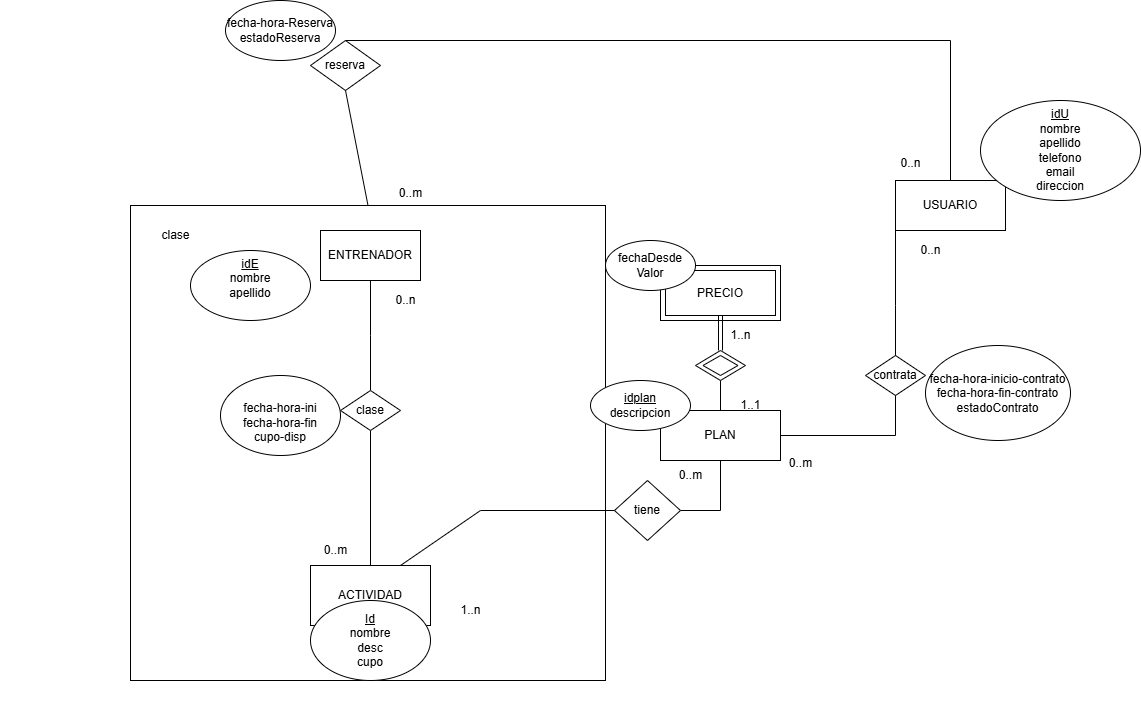
Above: images/DER.png in luciabolcatto/GYM-DSW (draw.io), before the change. Source tidied: cells renumbered, new cells last; positions are measured from the earlier drawing's top-left corner, leaving out a move shared by most shapes.
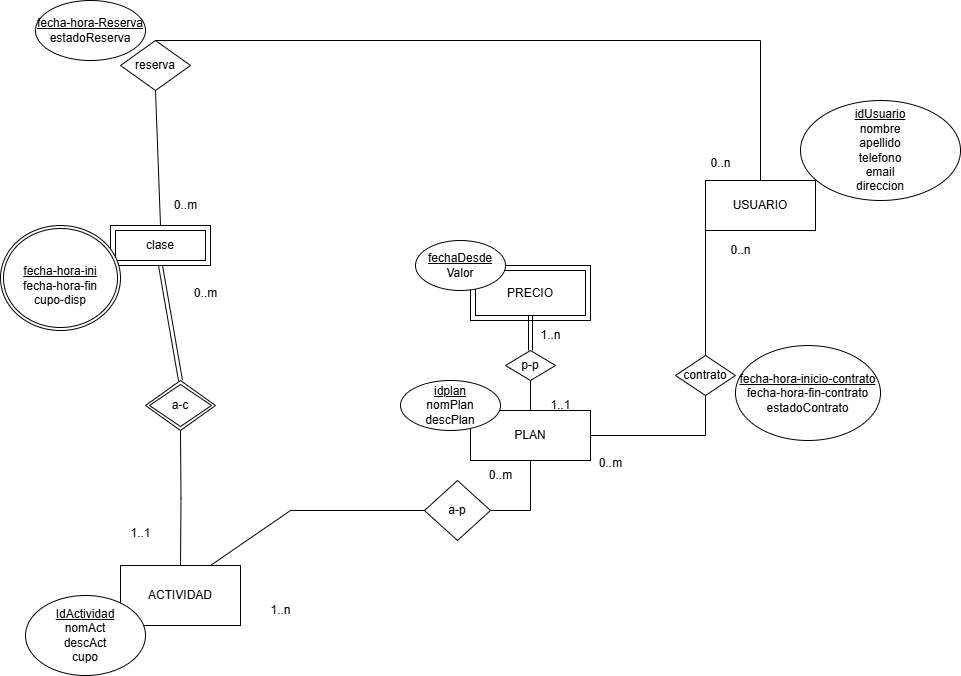
Above is the later version.

Commit message:
actualize el DER

The edit, as a diff of the source:
```diff
@@ -4,14 +4,10 @@
     <mxCell id="1" parent="0" />
-    <mxCell id="2" style="whiteSpace=wrap;html=1;" parent="1" vertex="1">
-      <mxGeometry x="130" y="205" width="475" height="475" as="geometry" />
-    </mxCell>
-    <mxCell id="3" style="rounded=0;whiteSpace=wrap;html=1;" parent="1" vertex="1">
-      <mxGeometry x="660" y="265" width="120" height="55" as="geometry" />
-    </mxCell>
-    <mxCell id="4" value="&lt;br&gt;&lt;div&gt;fecha-hora-ini&lt;/div&gt;&lt;div&gt;fecha-hora-fin&lt;/div&gt;&lt;div&gt;cupo-disp&lt;/div&gt;" style="ellipse;whiteSpace=wrap;html=1;fontFamily=Helvetica;fontSize=12;fontColor=default;labelBackgroundColor=default;" parent="1" vertex="1">
-      <mxGeometry x="220" y="375" width="120" height="80" as="geometry" />
-    </mxCell>
-    <mxCell id="5" style="edgeStyle=orthogonalEdgeStyle;shape=connector;rounded=0;jettySize=auto;html=1;exitX=0.5;exitY=1;exitDx=0;exitDy=0;entryX=0.5;entryY=0;entryDx=0;entryDy=0;strokeColor=default;align=center;verticalAlign=middle;fontFamily=Helvetica;fontSize=12;fontColor=default;labelBackgroundColor=default;startFill=0;startSize=8;endArrow=none;endSize=8;" parent="1" edge="1" source="11" target="21">
-      <mxGeometry relative="1" as="geometry" />
-    </mxCell>
+    <mxCell id="45" style="rounded=0;whiteSpace=wrap;html=1;" parent="1" vertex="1">
+      <mxGeometry x="660" y="265" width="120" height="55" as="geometry" />
+    </mxCell>
+    <mxCell id="46" style="edgeStyle=orthogonalEdgeStyle;shape=connector;rounded=0;jettySize=auto;html=1;exitX=0.5;exitY=1;exitDx=0;exitDy=0;entryX=0.5;entryY=0;entryDx=0;entryDy=0;strokeColor=default;align=center;verticalAlign=middle;fontFamily=Helvetica;fontSize=12;fontColor=default;labelBackgroundColor=default;startFill=0;startSize=8;endArrow=none;endSize=8;" parent="1" edge="1" target="21">
+      <mxGeometry relative="1" as="geometry">
+        <mxPoint x="370" y="430" as="sourcePoint" />
+      </mxGeometry>
+    </mxCell>
     <mxCell id="6" value="USUARIO" style="rounded=0;whiteSpace=wrap;html=1;fontFamily=Helvetica;fontSize=12;fontColor=default;labelBackgroundColor=default;" parent="1" vertex="1">
@@ -19,18 +15,10 @@
     </mxCell>
-    <mxCell id="7" style="edgeStyle=orthogonalEdgeStyle;shape=connector;rounded=0;jettySize=auto;html=1;exitX=0.5;exitY=1;exitDx=0;exitDy=0;entryX=0.5;entryY=0;entryDx=0;entryDy=0;strokeColor=default;align=center;verticalAlign=middle;fontFamily=Helvetica;fontSize=12;fontColor=default;labelBackgroundColor=default;startFill=0;startSize=8;endArrow=none;endSize=8;" parent="1" edge="1" source="9">
-      <mxGeometry relative="1" as="geometry">
-        <mxPoint x="370" y="390" as="targetPoint" />
-      </mxGeometry>
-    </mxCell>
-    <mxCell id="8" style="edgeStyle=orthogonalEdgeStyle;shape=connector;rounded=0;jettySize=auto;html=1;entryX=0.5;entryY=0;entryDx=0;entryDy=0;strokeColor=default;align=center;verticalAlign=middle;fontFamily=Helvetica;fontSize=12;fontColor=default;labelBackgroundColor=default;startFill=0;startSize=8;endArrow=none;endSize=8;" parent="1" edge="1" target="10">
-      <mxGeometry relative="1" as="geometry">
-        <mxPoint x="950" y="180" as="sourcePoint" />
-        <Array as="points">
-          <mxPoint x="950" y="40" />
-        </Array>
-      </mxGeometry>
-    </mxCell>
-    <mxCell id="9" value="ENTRENADOR" style="rounded=0;whiteSpace=wrap;html=1;fontFamily=Helvetica;fontSize=12;fontColor=default;labelBackgroundColor=default;" parent="1" vertex="1">
-      <mxGeometry x="320" y="230" width="100" height="50" as="geometry" />
-    </mxCell>
+    <mxCell id="47" style="edgeStyle=orthogonalEdgeStyle;shape=connector;rounded=0;jettySize=auto;html=1;entryX=0.5;entryY=0;entryDx=0;entryDy=0;strokeColor=default;align=center;verticalAlign=middle;fontFamily=Helvetica;fontSize=12;fontColor=default;labelBackgroundColor=default;startFill=0;startSize=8;endArrow=none;endSize=8;" parent="1" edge="1" target="10">
+      <mxGeometry relative="1" as="geometry">
+        <mxPoint x="950" y="180" as="sourcePoint" />
+        <Array as="points">
+          <mxPoint x="950" y="40" />
+        </Array>
+      </mxGeometry>
+    </mxCell>
     <mxCell id="10" value="reserva" style="rhombus;whiteSpace=wrap;html=1;fontFamily=Helvetica;fontSize=12;fontColor=default;labelBackgroundColor=default;" parent="1" vertex="1">
@@ -38,8 +26,5 @@
     </mxCell>
-    <mxCell id="11" value="clase" style="rhombus;whiteSpace=wrap;html=1;fontFamily=Helvetica;fontSize=12;fontColor=default;labelBackgroundColor=default;" parent="1" vertex="1">
-      <mxGeometry x="340" y="390" width="60" height="40" as="geometry" />
-    </mxCell>
-    <mxCell id="12" value="&lt;u&gt;idU&lt;/u&gt;&lt;div&gt;nombre&lt;/div&gt;&lt;div&gt;apellido&lt;/div&gt;&lt;div&gt;telefono&lt;/div&gt;&lt;div&gt;email&lt;/div&gt;&lt;div&gt;direccion&lt;/div&gt;" style="ellipse;whiteSpace=wrap;html=1;fontFamily=Helvetica;fontSize=12;fontColor=default;labelBackgroundColor=default;" parent="1" vertex="1">
-      <mxGeometry x="980" y="100" width="160" height="100" as="geometry" />
-    </mxCell>
+    <mxCell id="48" value="&lt;u&gt;idUsuario&lt;/u&gt;&lt;div&gt;nombre&lt;/div&gt;&lt;div&gt;apellido&lt;/div&gt;&lt;div&gt;telefono&lt;/div&gt;&lt;div&gt;email&lt;/div&gt;&lt;div&gt;direccion&lt;/div&gt;" style="ellipse;whiteSpace=wrap;html=1;fontFamily=Helvetica;fontSize=12;fontColor=default;labelBackgroundColor=default;" parent="1" vertex="1">
+      <mxGeometry x="990" y="100" width="160" height="100" as="geometry" />
+    </mxCell>
     <mxCell id="13" value="PLAN" style="rounded=0;whiteSpace=wrap;html=1;fontFamily=Helvetica;fontSize=12;fontColor=default;labelBackgroundColor=default;" parent="1" vertex="1">
@@ -47,5 +32,5 @@
     </mxCell>
-    <mxCell id="14" style="edgeStyle=orthogonalEdgeStyle;shape=connector;rounded=0;jettySize=auto;html=1;exitX=0.5;exitY=1;exitDx=0;exitDy=0;entryX=0.5;entryY=0;entryDx=0;entryDy=0;strokeColor=default;align=center;verticalAlign=middle;fontFamily=Helvetica;fontSize=12;fontColor=default;labelBackgroundColor=default;startFill=0;startSize=8;endArrow=none;endSize=8;" parent="1" edge="1" source="19" target="13">
-      <mxGeometry relative="1" as="geometry" />
-    </mxCell>
+    <mxCell id="49" style="edgeStyle=orthogonalEdgeStyle;shape=connector;rounded=0;jettySize=auto;html=1;exitX=0.5;exitY=1;exitDx=0;exitDy=0;entryX=0.5;entryY=0;entryDx=0;entryDy=0;strokeColor=default;align=center;verticalAlign=middle;fontFamily=Helvetica;fontSize=12;fontColor=default;labelBackgroundColor=default;startFill=0;startSize=8;endArrow=none;endSize=8;" parent="1" edge="1" source="52" target="13">
+      <mxGeometry relative="1" as="geometry" />
+    </mxCell>
     <mxCell id="15" value="PRECIO" style="rounded=0;whiteSpace=wrap;html=1;fontFamily=Helvetica;fontSize=12;fontColor=default;labelBackgroundColor=default;" parent="1" vertex="1">
@@ -53,17 +38,14 @@
     </mxCell>
-    <mxCell id="16" value="fechaDesde&lt;div&gt;Valor&lt;/div&gt;" style="ellipse;whiteSpace=wrap;html=1;fontFamily=Helvetica;fontSize=12;fontColor=default;labelBackgroundColor=default;" parent="1" vertex="1">
+    <mxCell id="16" value="&lt;u&gt;fechaDesde&lt;/u&gt;&lt;div&gt;Valor&lt;/div&gt;" style="ellipse;whiteSpace=wrap;html=1;fontFamily=Helvetica;fontSize=12;fontColor=default;labelBackgroundColor=default;" parent="1" vertex="1">
       <mxGeometry x="605" y="240" width="90" height="50" as="geometry" />
     </mxCell>
-    <mxCell id="17" value="&lt;u&gt;idplan&lt;/u&gt;&lt;div&gt;descripcion&lt;/div&gt;" style="ellipse;whiteSpace=wrap;html=1;fontFamily=Helvetica;fontSize=12;fontColor=default;labelBackgroundColor=default;" parent="1" vertex="1">
-      <mxGeometry x="590" y="380" width="100" height="50" as="geometry" />
-    </mxCell>
-    <mxCell id="18" style="edgeStyle=orthogonalEdgeStyle;shape=link;rounded=0;jettySize=auto;html=1;exitX=0.5;exitY=1;exitDx=0;exitDy=0;entryX=0.5;entryY=0;entryDx=0;entryDy=0;strokeColor=default;align=center;verticalAlign=middle;fontFamily=Helvetica;fontSize=12;fontColor=default;labelBackgroundColor=default;startFill=0;endArrow=none;" parent="1" edge="1" source="15" target="19">
-      <mxGeometry relative="1" as="geometry" />
-    </mxCell>
-    <mxCell id="19" style="rhombus;whiteSpace=wrap;html=1;fontFamily=Helvetica;fontSize=12;fontColor=default;labelBackgroundColor=default;" parent="1" vertex="1">
-      <mxGeometry x="695" y="350" width="50" height="30" as="geometry" />
-    </mxCell>
-    <mxCell id="20" style="rhombus;whiteSpace=wrap;html=1;fontFamily=Helvetica;fontSize=12;fontColor=default;labelBackgroundColor=default;" parent="1" vertex="1">
-      <mxGeometry x="702.5" y="355" width="35" height="20" as="geometry" />
-    </mxCell>
+    <mxCell id="50" value="&lt;u&gt;idplan&lt;/u&gt;&lt;div&gt;nomPlan&lt;br&gt;&lt;div&gt;&lt;div&gt;descPlan&lt;/div&gt;&lt;/div&gt;&lt;/div&gt;" style="ellipse;whiteSpace=wrap;html=1;fontFamily=Helvetica;fontSize=12;fontColor=default;labelBackgroundColor=default;" parent="1" vertex="1">
+      <mxGeometry x="590" y="380" width="100" height="50" as="geometry" />
+    </mxCell>
+    <mxCell id="51" style="edgeStyle=orthogonalEdgeStyle;shape=link;rounded=0;jettySize=auto;html=1;exitX=0.5;exitY=1;exitDx=0;exitDy=0;entryX=0.5;entryY=0;entryDx=0;entryDy=0;strokeColor=default;align=center;verticalAlign=middle;fontFamily=Helvetica;fontSize=12;fontColor=default;labelBackgroundColor=default;startFill=0;endArrow=none;" parent="1" edge="1" source="15" target="52">
+      <mxGeometry relative="1" as="geometry" />
+    </mxCell>
+    <mxCell id="52" value="p-p" style="rhombus;whiteSpace=wrap;html=1;fontFamily=Helvetica;fontSize=12;fontColor=default;labelBackgroundColor=default;" parent="1" vertex="1">
+      <mxGeometry x="695" y="350" width="50" height="30" as="geometry" />
+    </mxCell>
     <mxCell id="21" value="ACTIVIDAD" style="rounded=0;whiteSpace=wrap;html=1;" parent="1" vertex="1">
@@ -71,89 +53,92 @@
     </mxCell>
-    <mxCell id="22" value="&lt;u&gt;Id&lt;/u&gt;&lt;div&gt;nombre&lt;/div&gt;&lt;div&gt;desc&lt;/div&gt;&lt;div&gt;cupo&lt;/div&gt;" style="ellipse;whiteSpace=wrap;html=1;fontFamily=Helvetica;fontSize=12;fontColor=default;labelBackgroundColor=default;" parent="1" vertex="1">
-      <mxGeometry x="310" y="600" width="120" height="80" as="geometry" />
-    </mxCell>
-    <mxCell id="23" value="contrata" style="rhombus;whiteSpace=wrap;html=1;" parent="1" vertex="1">
-      <mxGeometry x="865" y="355" width="60" height="40" as="geometry" />
-    </mxCell>
-    <mxCell id="24" style="endArrow=none;html=1;rounded=0;exitX=0;exitY=0.5;exitDx=0;exitDy=0;entryX=0.5;entryY=0;entryDx=0;entryDy=0;" parent="1" edge="1" source="6" target="23">
-      <mxGeometry relative="1" as="geometry">
-        <Array as="points">
-          <mxPoint x="895" y="305" />
-        </Array>
-      </mxGeometry>
-    </mxCell>
-    <mxCell id="25" style="endArrow=none;html=1;rounded=0;exitX=0.5;exitY=1;exitDx=0;exitDy=0;entryX=1;entryY=0.5;entryDx=0;entryDy=0;" parent="1" edge="1" source="23" target="13">
-      <mxGeometry relative="1" as="geometry">
-        <Array as="points">
-          <mxPoint x="895" y="435" />
-        </Array>
-      </mxGeometry>
-    </mxCell>
-    <mxCell id="26" style="endArrow=none;html=1;rounded=0;exitX=0.75;exitY=0;exitDx=0;exitDy=0;entryX=0;entryY=0.5;entryDx=0;entryDy=0;" parent="1" edge="1" source="21">
-      <mxGeometry relative="1" as="geometry">
-        <mxPoint x="620" y="510" as="targetPoint" />
-        <Array as="points">
-          <mxPoint x="480" y="510" />
-        </Array>
-      </mxGeometry>
-    </mxCell>
-    <mxCell id="27" style="endArrow=none;html=1;rounded=0;exitX=1;exitY=0.5;exitDx=0;exitDy=0;entryX=0.5;entryY=1;entryDx=0;entryDy=0;" parent="1" edge="1" target="13">
-      <mxGeometry relative="1" as="geometry">
-        <mxPoint x="680" y="510" as="sourcePoint" />
-        <Array as="points">
-          <mxPoint x="720" y="510" />
-        </Array>
-      </mxGeometry>
-    </mxCell>
-    <mxCell id="28" value="clase" style="text;html=1;align=center;verticalAlign=middle;strokeColor=none;fillColor=none;" parent="1" vertex="1">
-      <mxGeometry x="150" y="220" width="50" height="30" as="geometry" />
-    </mxCell>
-    <mxCell id="29" style="endArrow=none;html=1;rounded=0;entryX=0.5;entryY=1;entryDx=0;entryDy=0;exitX=0.5;exitY=0;exitDx=0;exitDy=0;" parent="1" edge="1" source="2" target="10">
-      <mxGeometry relative="1" as="geometry" />
-    </mxCell>
-    <mxCell id="30" value="tiene" style="shape=rhombus;perimeter=rhombusPerimeter;whiteSpace=wrap;html=1;align=center;" parent="1" vertex="1">
-      <mxGeometry x="614" y="480" width="66" height="60" as="geometry" />
-    </mxCell>
+    <mxCell id="53" value="&lt;u&gt;IdActividad&lt;/u&gt;&lt;div&gt;nomAct&lt;/div&gt;&lt;div&gt;descAct&lt;/div&gt;&lt;div&gt;cupo&lt;/div&gt;" style="ellipse;whiteSpace=wrap;html=1;fontFamily=Helvetica;fontSize=12;fontColor=default;labelBackgroundColor=default;" parent="1" vertex="1">
+      <mxGeometry x="215" y="595" width="120" height="80" as="geometry" />
+    </mxCell>
+    <mxCell id="54" value="contrato" style="rhombus;whiteSpace=wrap;html=1;" parent="1" vertex="1">
+      <mxGeometry x="865" y="355" width="60" height="40" as="geometry" />
+    </mxCell>
+    <mxCell id="55" style="endArrow=none;html=1;rounded=0;exitX=0;exitY=0.5;exitDx=0;exitDy=0;entryX=0.5;entryY=0;entryDx=0;entryDy=0;" parent="1" edge="1" source="6" target="54">
+      <mxGeometry relative="1" as="geometry">
+        <Array as="points">
+          <mxPoint x="895" y="305" />
+        </Array>
+      </mxGeometry>
+    </mxCell>
+    <mxCell id="56" style="endArrow=none;html=1;rounded=0;exitX=0.5;exitY=1;exitDx=0;exitDy=0;entryX=1;entryY=0.5;entryDx=0;entryDy=0;" parent="1" edge="1" source="54" target="13">
+      <mxGeometry relative="1" as="geometry">
+        <Array as="points">
+          <mxPoint x="895" y="435" />
+        </Array>
+      </mxGeometry>
+    </mxCell>
+    <mxCell id="57" style="endArrow=none;html=1;rounded=0;exitX=0.75;exitY=0;exitDx=0;exitDy=0;entryX=0;entryY=0.5;entryDx=0;entryDy=0;" parent="1" edge="1" source="21">
+      <mxGeometry relative="1" as="geometry">
+        <mxPoint x="620" y="510" as="targetPoint" />
+        <Array as="points">
+          <mxPoint x="480" y="510" />
+        </Array>
+      </mxGeometry>
+    </mxCell>
+    <mxCell id="58" style="endArrow=none;html=1;rounded=0;exitX=1;exitY=0.5;exitDx=0;exitDy=0;entryX=0.5;entryY=1;entryDx=0;entryDy=0;" parent="1" edge="1" target="13">
+      <mxGeometry relative="1" as="geometry">
+        <mxPoint x="680" y="510" as="sourcePoint" />
+        <Array as="points">
+          <mxPoint x="720" y="510" />
+        </Array>
+      </mxGeometry>
+    </mxCell>
+    <mxCell id="59" style="endArrow=none;html=1;rounded=0;entryX=0.5;entryY=1;entryDx=0;entryDy=0;exitX=0.5;exitY=0;exitDx=0;exitDy=0;" parent="1" edge="1" source="71" target="10">
+      <mxGeometry relative="1" as="geometry" />
+    </mxCell>
+    <mxCell id="60" value="a-p" style="shape=rhombus;perimeter=rhombusPerimeter;whiteSpace=wrap;html=1;align=center;" parent="1" vertex="1">
+      <mxGeometry x="614" y="480" width="66" height="60" as="geometry" />
+    </mxCell>
-    <mxCell id="31" value="fecha-hora-Reserva&lt;div&gt;estadoReserva&lt;/div&gt;" style="ellipse;whiteSpace=wrap;html=1;align=center;" parent="1" vertex="1">
+    <mxCell id="31" value="&lt;u&gt;fecha-hora-Reserva&lt;/u&gt;&lt;div&gt;estadoReserva&lt;/div&gt;" style="ellipse;whiteSpace=wrap;html=1;align=center;" parent="1" vertex="1">
       <mxGeometry x="225" width="110" height="60" as="geometry" />
     </mxCell>
-    <mxCell id="32" value="fecha-hora-inicio-contrato&lt;div&gt;fecha-hora-fin-contrato&lt;/div&gt;&lt;div&gt;estadoContrato&lt;/div&gt;" style="ellipse;whiteSpace=wrap;html=1;align=center;" parent="1" vertex="1">
+    <mxCell id="32" value="&lt;u&gt;fecha-hora-inicio-contrato&lt;/u&gt;&lt;div&gt;fecha-hora-fin-contrato&lt;/div&gt;&lt;div&gt;estadoContrato&lt;/div&gt;" style="ellipse;whiteSpace=wrap;html=1;align=center;" parent="1" vertex="1">
       <mxGeometry x="925" y="345" width="145" height="95" as="geometry" />
     </mxCell>
-    <mxCell id="33" value="&lt;u&gt;idE&lt;/u&gt;&lt;div&gt;nombre&lt;/div&gt;&lt;div&gt;apellido&lt;/div&gt;&lt;div&gt;&lt;br&gt;&lt;/div&gt;" style="ellipse;whiteSpace=wrap;html=1;fontFamily=Helvetica;fontSize=12;fontColor=default;labelBackgroundColor=default;" parent="1" vertex="1">
-      <mxGeometry x="190" y="250" width="120" height="70" as="geometry" />
-    </mxCell>
-    <mxCell id="34" value="0..n" style="text;html=1;align=center;verticalAlign=middle;strokeColor=none;fillColor=none;" parent="1" vertex="1">
-      <mxGeometry x="910" y="235" width="40" height="30" as="geometry" />
-    </mxCell>
-    <mxCell id="35" value="0..m" style="text;html=1;align=center;verticalAlign=middle;strokeColor=none;fillColor=none;" parent="1" vertex="1">
-      <mxGeometry x="775" y="448" width="50" height="30" as="geometry" />
-    </mxCell>
-    <mxCell id="36" value="0..n" style="text;html=1;align=center;verticalAlign=middle;strokeColor=none;fillColor=none;" parent="1" vertex="1">
-      <mxGeometry x="890" y="148" width="40" height="30" as="geometry" />
-    </mxCell>
-    <mxCell id="37" value="0..m" style="text;html=1;align=center;verticalAlign=middle;strokeColor=none;fillColor=none;" parent="1" vertex="1">
-      <mxGeometry x="385" y="178" width="50" height="30" as="geometry" />
-    </mxCell>
-    <mxCell id="38" value="1..1" style="text;html=1;align=center;verticalAlign=middle;strokeColor=none;fillColor=none;" parent="1" vertex="1">
-      <mxGeometry x="730" y="390" width="40" height="30" as="geometry" />
-    </mxCell>
-    <mxCell id="39" value="1..n" style="text;html=1;align=center;verticalAlign=middle;strokeColor=none;fillColor=none;" parent="1" vertex="1">
-      <mxGeometry x="720" y="320" width="40" height="30" as="geometry" />
-    </mxCell>
-    <mxCell id="40" value="0..n" style="text;html=1;align=center;verticalAlign=middle;strokeColor=none;fillColor=none;" parent="1" vertex="1">
-      <mxGeometry x="385" y="285" width="40" height="30" as="geometry" />
-    </mxCell>
-    <mxCell id="41" value="0..m" style="text;html=1;align=center;verticalAlign=middle;strokeColor=none;fillColor=none;" parent="1" vertex="1">
-      <mxGeometry x="310" y="535" width="50" height="30" as="geometry" />
-    </mxCell>
-    <mxCell id="42" value="1..n" style="text;html=1;align=center;verticalAlign=middle;strokeColor=none;fillColor=none;" parent="1" vertex="1">
-      <mxGeometry x="450" y="595" width="40" height="30" as="geometry" />
-    </mxCell>
-    <mxCell id="43" value="0..m" style="text;html=1;align=center;verticalAlign=middle;strokeColor=none;fillColor=none;" parent="1" vertex="1">
-      <mxGeometry x="665" y="460" width="50" height="30" as="geometry" />
-    </mxCell>
-    <mxCell id="44" style="rounded=0;whiteSpace=wrap;html=1;fillColor=#FFFFFF;strokeColor=#FFFFFF;" parent="1" vertex="1">
-      <mxGeometry y="660" width="120" height="60" as="geometry" />
-    </mxCell>
+    <mxCell id="61" value="0..n" style="text;html=1;align=center;verticalAlign=middle;strokeColor=none;fillColor=none;" parent="1" vertex="1">
+      <mxGeometry x="910" y="235" width="40" height="30" as="geometry" />
+    </mxCell>
+    <mxCell id="62" value="0..m" style="text;html=1;align=center;verticalAlign=middle;strokeColor=none;fillColor=none;" parent="1" vertex="1">
+      <mxGeometry x="775" y="448" width="50" height="30" as="geometry" />
+    </mxCell>
+    <mxCell id="63" value="0..n" style="text;html=1;align=center;verticalAlign=middle;strokeColor=none;fillColor=none;" parent="1" vertex="1">
+      <mxGeometry x="890" y="148" width="40" height="30" as="geometry" />
+    </mxCell>
+    <mxCell id="64" value="1..1" style="text;html=1;align=center;verticalAlign=middle;strokeColor=none;fillColor=none;" parent="1" vertex="1">
+      <mxGeometry x="730" y="390" width="40" height="30" as="geometry" />
+    </mxCell>
+    <mxCell id="65" value="1..n" style="text;html=1;align=center;verticalAlign=middle;strokeColor=none;fillColor=none;" parent="1" vertex="1">
+      <mxGeometry x="720" y="320" width="40" height="30" as="geometry" />
+    </mxCell>
+    <mxCell id="66" value="0..m" style="text;html=1;align=center;verticalAlign=middle;strokeColor=none;fillColor=none;" parent="1" vertex="1">
+      <mxGeometry x="370" y="277.5" width="50" height="30" as="geometry" />
+    </mxCell>
+    <mxCell id="67" value="1..n" style="text;html=1;align=center;verticalAlign=middle;strokeColor=none;fillColor=none;" parent="1" vertex="1">
+      <mxGeometry x="450" y="595" width="40" height="30" as="geometry" />
+    </mxCell>
+    <mxCell id="68" value="0..m" style="text;html=1;align=center;verticalAlign=middle;strokeColor=none;fillColor=none;" parent="1" vertex="1">
+      <mxGeometry x="665" y="460" width="50" height="30" as="geometry" />
+    </mxCell>
+    <mxCell id="69" value="a-c" style="shape=rhombus;double=1;perimeter=rhombusPerimeter;whiteSpace=wrap;html=1;align=center;" parent="1" vertex="1">
+      <mxGeometry x="335" y="380" width="70" height="50" as="geometry" />
+    </mxCell>
+    <mxCell id="70" style="shape=link;html=1;rounded=0;exitX=0.5;exitY=0;exitDx=0;exitDy=0;entryX=0.5;entryY=1;entryDx=0;entryDy=0;" parent="1" edge="1" source="69" target="71">
+      <mxGeometry relative="1" as="geometry" />
+    </mxCell>
+    <mxCell id="71" value="clase" style="shape=ext;margin=3;double=1;whiteSpace=wrap;html=1;align=center;" parent="1" vertex="1">
+      <mxGeometry x="300" y="225" width="100" height="40" as="geometry" />
+    </mxCell>
+    <mxCell id="4" value="&lt;div&gt;&lt;br&gt;&lt;/div&gt;&lt;div&gt;&lt;div&gt;&lt;u&gt;fecha-hora-ini&lt;/u&gt;&lt;/div&gt;&lt;div&gt;fecha-hora-fin&lt;/div&gt;&lt;div&gt;cupo-disp&lt;/div&gt;&lt;/div&gt;" style="ellipse;shape=doubleEllipse;margin=3;whiteSpace=wrap;html=1;align=center;" parent="1" vertex="1">
+      <mxGeometry x="190" y="225" width="120" height="105" as="geometry" />
+    </mxCell>
+    <mxCell id="72" value="0..m" style="text;html=1;align=center;verticalAlign=middle;strokeColor=none;fillColor=none;" parent="1" vertex="1">
+      <mxGeometry x="350" y="190" width="50" height="30" as="geometry" />
+    </mxCell>
+    <mxCell id="73" value="1..1" style="text;html=1;align=center;verticalAlign=middle;strokeColor=none;fillColor=none;" parent="1" vertex="1">
+      <mxGeometry x="310" y="518" width="40" height="30" as="geometry" />
+    </mxCell>
   </root>
```
